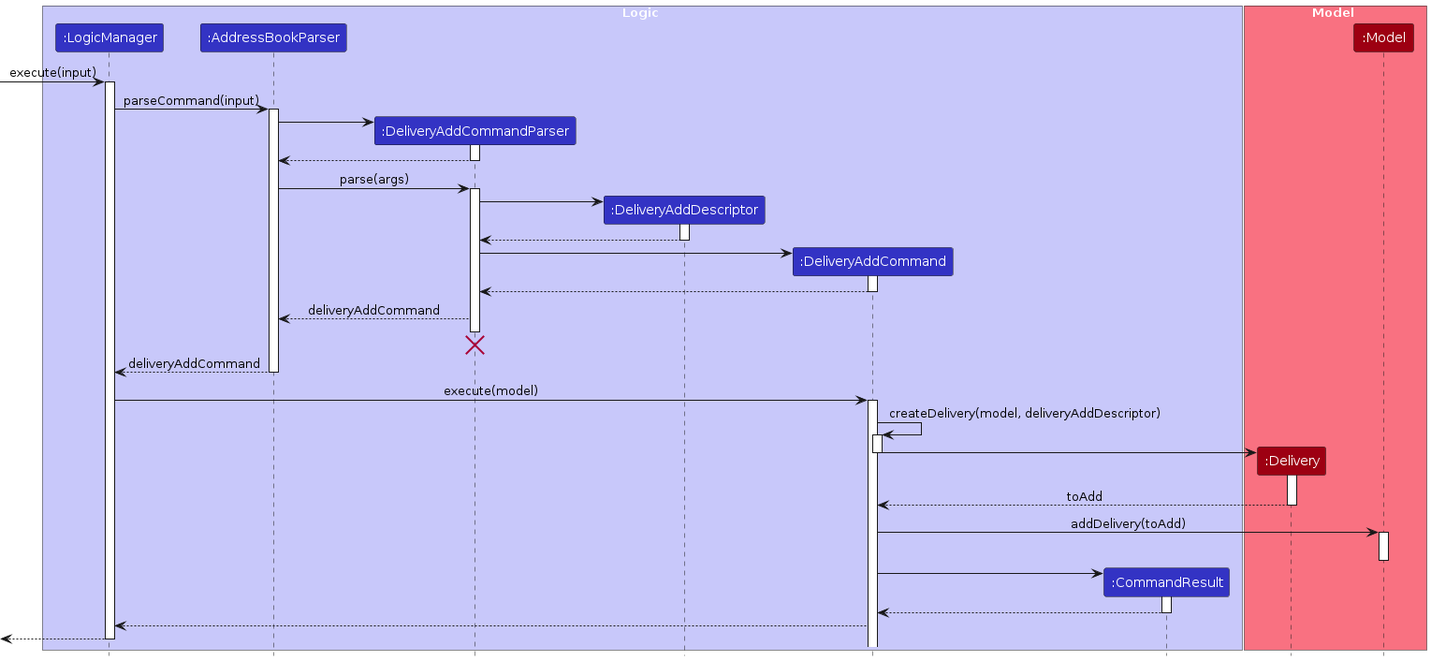
Earlier version of the PlantUML export diagrams/Gabriels Diagrams/DeliveryAddDiagram.png (zhonghan721/tp). Its source is kept beside it as diagrams/Gabriels Diagrams/DeliveryAddDiagram.puml. Source of this version:
```plantuml
@startuml
!include style.puml
skinparam ArrowFontStyle plain

box Logic LOGIC_COLOR_T1
participant ":LogicManager" as LogicManager LOGIC_COLOR
participant ":AddressBookParser" as AddressBookParser LOGIC_COLOR
participant ":DeliveryAddCommandParser" as DeliveryAddCommandParser LOGIC_COLOR
participant ":DeliveryAddDescriptor" as DeliveryAddDescriptor LOGIC_COLOR
participant ":DeliveryAddCommand" as DeliveryAddCommand LOGIC_COLOR
participant ":CommandResult" as CommandResult LOGIC_COLOR
end box

box Model MODEL_COLOR_T1
participant ":Delivery" as Delivery MODEL_COLOR
participant ":Model" as Model MODEL_COLOR
end box

[-> LogicManager : execute(input)
activate LogicManager

LogicManager -> AddressBookParser : parseCommand(input)
activate AddressBookParser

create DeliveryAddCommandParser
AddressBookParser -> DeliveryAddCommandParser
activate DeliveryAddCommandParser
DeliveryAddCommandParser --> AddressBookParser
deactivate DeliveryAddCommandParser


AddressBookParser -> DeliveryAddCommandParser : parse(args)
activate DeliveryAddCommandParser

create DeliveryAddDescriptor
DeliveryAddCommandParser -> DeliveryAddDescriptor
activate DeliveryAddDescriptor
DeliveryAddDescriptor --> DeliveryAddCommandParser
deactivate DeliveryAddDescriptor

create DeliveryAddCommand
DeliveryAddCommandParser -> DeliveryAddCommand
activate DeliveryAddCommand
DeliveryAddCommand --> DeliveryAddCommandParser
deactivate DeliveryAddCommand

DeliveryAddCommandParser --> AddressBookParser : deliveryAddCommand
DeliveryAddCommand -[hidden]-> DeliveryAddCommandParser
deactivate DeliveryAddCommandParser
DeliveryAddCommandParser -[hidden]-> DeliveryAddDescriptor
destroy DeliveryAddCommandParser

AddressBookParser --> LogicManager : deliveryAddCommand
deactivate AddressBookParser
LogicManager -> DeliveryAddCommand : execute(model)
activate DeliveryAddCommand

DeliveryAddCommand -> DeliveryAddCommand : createDelivery(model, deliveryAddDescriptor)
activate DeliveryAddCommand

create Delivery
DeliveryAddCommand -> Delivery
deactivate DeliveryAddCommand
activate Delivery
Delivery --> DeliveryAddCommand : toAdd
deactivate Delivery

DeliveryAddCommand -> Model : addDelivery(toAdd)
activate Model
deactivate Model

create CommandResult
DeliveryAddCommand -> CommandResult
activate CommandResult
CommandResult --> DeliveryAddCommand
deactivate CommandResult

DeliveryAddCommand -->LogicManager
[<--LogicManager
deactivate LogicManager


@enduml
```
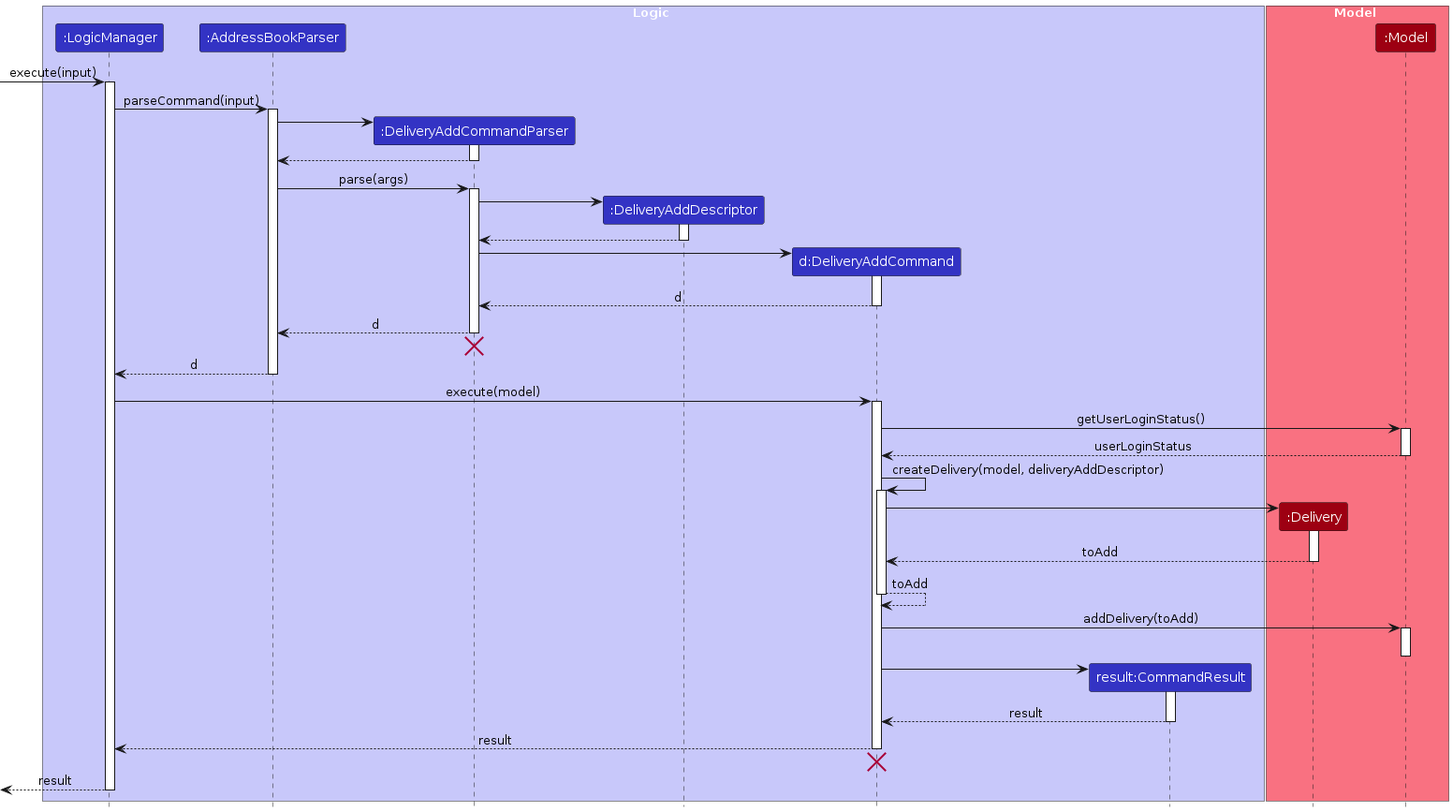
Later version of the same file.

Diff of the diagram source:
```diff
@@ -7,8 +7,8 @@
 participant ":AddressBookParser" as AddressBookParser LOGIC_COLOR
 participant ":DeliveryAddCommandParser" as DeliveryAddCommandParser LOGIC_COLOR
 participant ":DeliveryAddDescriptor" as DeliveryAddDescriptor LOGIC_COLOR
-participant ":DeliveryAddCommand" as DeliveryAddCommand LOGIC_COLOR
-participant ":CommandResult" as CommandResult LOGIC_COLOR
+participant "d:DeliveryAddCommand" as DeliveryAddCommand LOGIC_COLOR
+participant "result:CommandResult" as CommandResult LOGIC_COLOR
 end box
 
 box Model MODEL_COLOR_T1
@@ -41,29 +41,36 @@
 create DeliveryAddCommand
 DeliveryAddCommandParser -> DeliveryAddCommand
 activate DeliveryAddCommand
-DeliveryAddCommand --> DeliveryAddCommandParser
+DeliveryAddCommand --> DeliveryAddCommandParser : d
 deactivate DeliveryAddCommand
 
-DeliveryAddCommandParser --> AddressBookParser : deliveryAddCommand
-DeliveryAddCommand -[hidden]-> DeliveryAddCommandParser
+DeliveryAddCommandParser --> AddressBookParser : d
 deactivate DeliveryAddCommandParser
 DeliveryAddCommandParser -[hidden]-> DeliveryAddDescriptor
 destroy DeliveryAddCommandParser
 
-AddressBookParser --> LogicManager : deliveryAddCommand
+AddressBookParser --> LogicManager : d
 deactivate AddressBookParser
 LogicManager -> DeliveryAddCommand : execute(model)
 activate DeliveryAddCommand
+
+DeliveryAddCommand -> Model : getUserLoginStatus()
+activate Model
+Model --> DeliveryAddCommand : userLoginStatus
+deactivate Model
 
 DeliveryAddCommand -> DeliveryAddCommand : createDelivery(model, deliveryAddDescriptor)
 activate DeliveryAddCommand
 
 create Delivery
 DeliveryAddCommand -> Delivery
-deactivate DeliveryAddCommand
+
 activate Delivery
 Delivery --> DeliveryAddCommand : toAdd
+
 deactivate Delivery
+DeliveryAddCommand --> DeliveryAddCommand : toAdd
+deactivate DeliveryAddCommand
 
 DeliveryAddCommand -> Model : addDelivery(toAdd)
 activate Model
@@ -72,11 +79,16 @@
 create CommandResult
 DeliveryAddCommand -> CommandResult
 activate CommandResult
-CommandResult --> DeliveryAddCommand
+CommandResult --> DeliveryAddCommand : result
 deactivate CommandResult
 
-DeliveryAddCommand -->LogicManager
-[<--LogicManager
+DeliveryAddCommand --> LogicManager : result
+deactivate DeliveryAddCommand
+
+DeliveryAddCommand -[hidden]-> LogicManager
+destroy DeliveryAddCommand
+
+[<--LogicManager : result
 deactivate LogicManager
 
 
```
